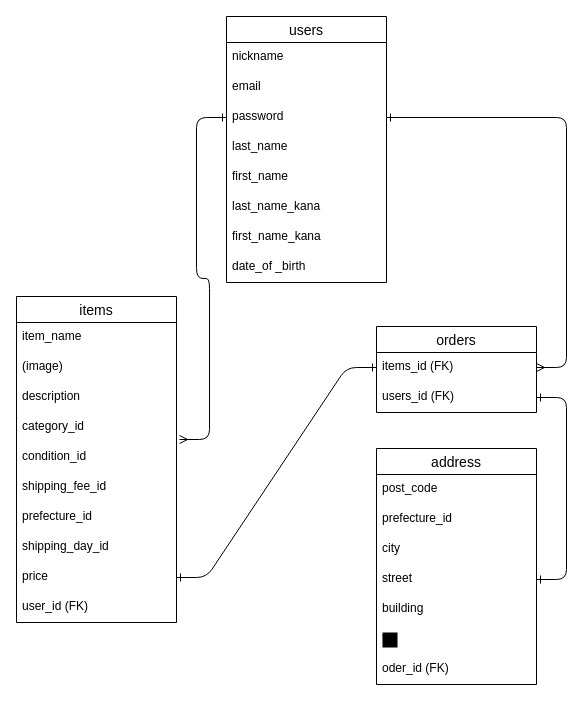
Above: tables.dio in Natsuki002Koma/furima-40056 (draw.io), before the change. Source tidied: cells renumbered, new cells numbered last; positions are measured from the earlier drawing's top-left corner, leaving out a move shared by most shapes. Both pictures are drawn from the tidied source at 100%, with x=0, y=0 at pixel (16, 16).
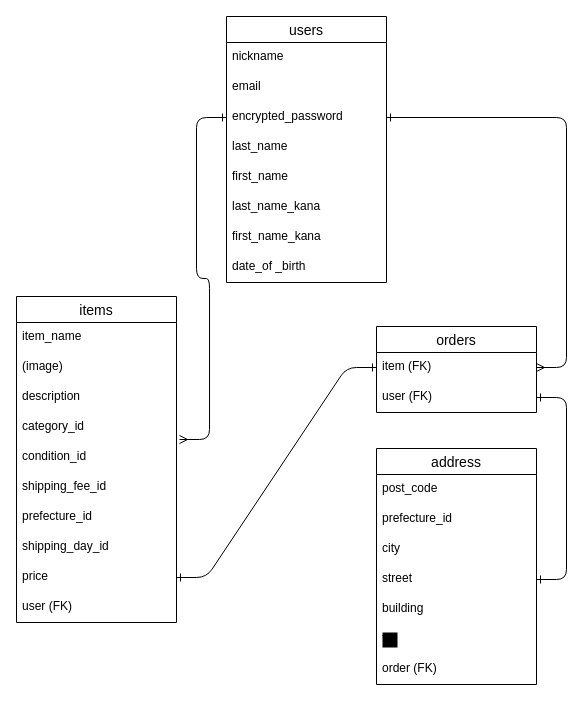
The same page after the edit.

The change refers to these unchanged cells:
```xml
<mxCell id="2" value="users" style="swimlane;fontStyle=0;horizontal=1;startSize=26;align=center;fontSize=14;" parent="1" vertex="1">
  <mxGeometry x="210" width="160" height="266" as="geometry" />
</mxCell>
<mxCell id="11" value="items" style="swimlane;fontStyle=0;horizontal=1;startSize=26;align=center;fontSize=14;" parent="1" vertex="1">
  <mxGeometry y="280" width="160" height="326" as="geometry" />
</mxCell>
<mxCell id="22" value="orders" style="swimlane;fontStyle=0;horizontal=1;startSize=26;align=center;fontSize=14;" parent="1" vertex="1">
  <mxGeometry x="360" y="310" width="160" height="86" as="geometry" />
</mxCell>
<mxCell id="27" value="address" style="swimlane;fontStyle=0;horizontal=1;startSize=26;align=center;fontSize=14;" parent="1" vertex="1">
  <mxGeometry x="360" y="432" width="160" height="236" as="geometry" />
</mxCell>
```

The edit, as a diff of the source:
```diff
@@
-    <mxCell id="5" value="password" style="text;strokeColor=none;fillColor=none;spacingLeft=4;spacingRight=4;overflow=hidden;points=[[0,0.5],[1,0.5]];portConstraint=eastwest;fontSize=12;" parent="2" vertex="1">
+    <mxCell id="5" value="encrypted_password" style="text;strokeColor=none;fillColor=none;spacingLeft=4;spacingRight=4;overflow=hidden;points=[[0,0.5],[1,0.5]];portConstraint=eastwest;fontSize=12;" parent="2" vertex="1">
       <mxGeometry y="86" width="160" height="30" as="geometry" />
     </mxCell>
@@
-    <mxCell id="21" value="user_id (FK)" style="text;strokeColor=none;fillColor=none;spacingLeft=4;spacingRight=4;overflow=hidden;fontSize=12;" parent="11" vertex="1">
+    <mxCell id="21" value="user (FK)" style="text;strokeColor=none;fillColor=none;spacingLeft=4;spacingRight=4;overflow=hidden;fontSize=12;" parent="11" vertex="1">
       <mxGeometry y="296" width="160" height="30" as="geometry" />
     </mxCell>
@@
-    <mxCell id="23" value="items_id (FK)" style="text;strokeColor=none;fillColor=none;spacingLeft=4;spacingRight=4;overflow=hidden;points=[[0,0.5],[1,0.5]];portConstraint=eastwest;fontSize=12;" parent="22" vertex="1">
+    <mxCell id="23" value="item (FK)" style="text;strokeColor=none;fillColor=none;spacingLeft=4;spacingRight=4;overflow=hidden;points=[[0,0.5],[1,0.5]];portConstraint=eastwest;fontSize=12;" parent="22" vertex="1">
       <mxGeometry y="26" width="160" height="30" as="geometry" />
     </mxCell>
-    <mxCell id="24" value="users_id (FK)" style="text;strokeColor=none;fillColor=none;spacingLeft=4;spacingRight=4;overflow=hidden;points=[[0,0.5],[1,0.5]];portConstraint=eastwest;fontSize=12;" parent="22" vertex="1">
+    <mxCell id="24" value="user (FK)" style="text;strokeColor=none;fillColor=none;spacingLeft=4;spacingRight=4;overflow=hidden;points=[[0,0.5],[1,0.5]];portConstraint=eastwest;fontSize=12;" parent="22" vertex="1">
       <mxGeometry y="56" width="160" height="30" as="geometry" />
     </mxCell>
@@
-    <mxCell id="34" value="oder_id (FK)" style="text;strokeColor=none;fillColor=none;spacingLeft=4;spacingRight=4;overflow=hidden;fontSize=12;" parent="27" vertex="1">
+    <mxCell id="34" value="order (FK)" style="text;strokeColor=none;fillColor=none;spacingLeft=4;spacingRight=4;overflow=hidden;fontSize=12;" parent="27" vertex="1">
       <mxGeometry y="206" width="160" height="30" as="geometry" />
     </mxCell>
```
